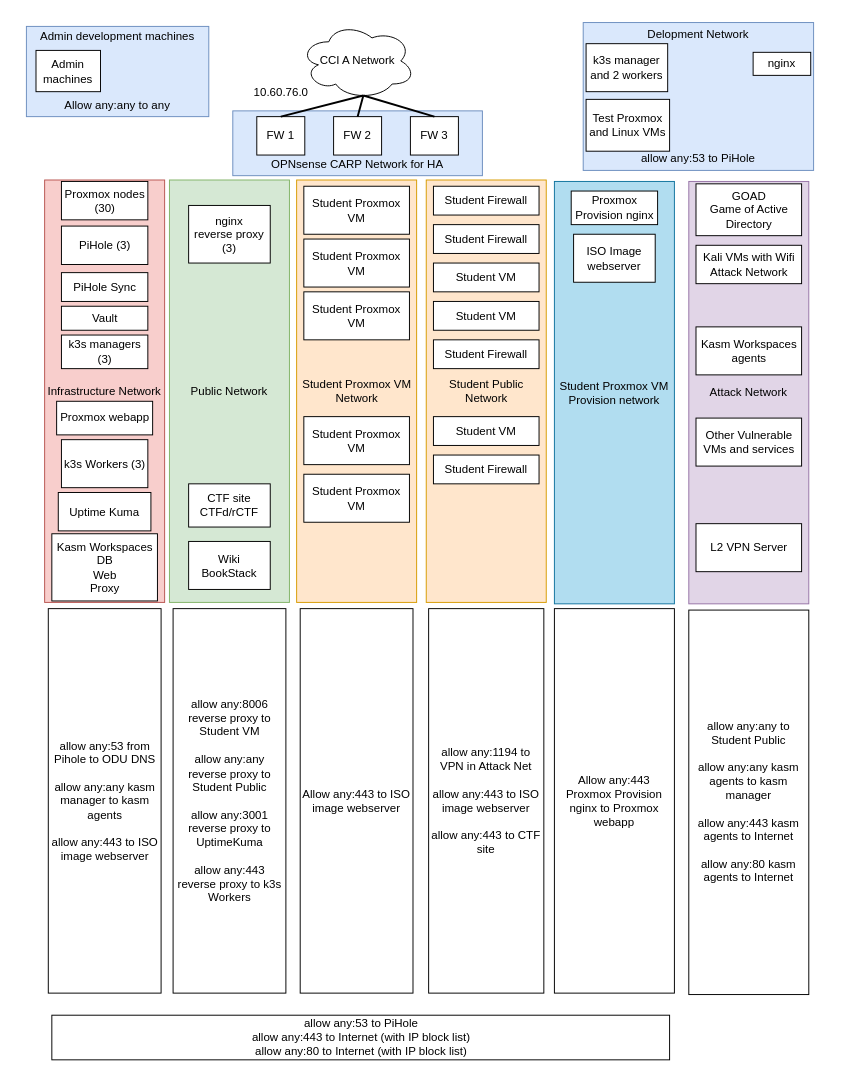
Daniel-Tomov/Cloud keeps this draw.io diagram as page "Logical Network Diagram" (2 of 4) of diagrams/diagram.drawio. Above is the earlier version. Source tidied: cells renumbered, new cells numbered last; positions are measured from the earlier drawing's top-left corner, leaving out a move shared by most shapes. Both pictures are drawn from the tidied source at 96%, with x=0, y=0 at pixel (26, 22).
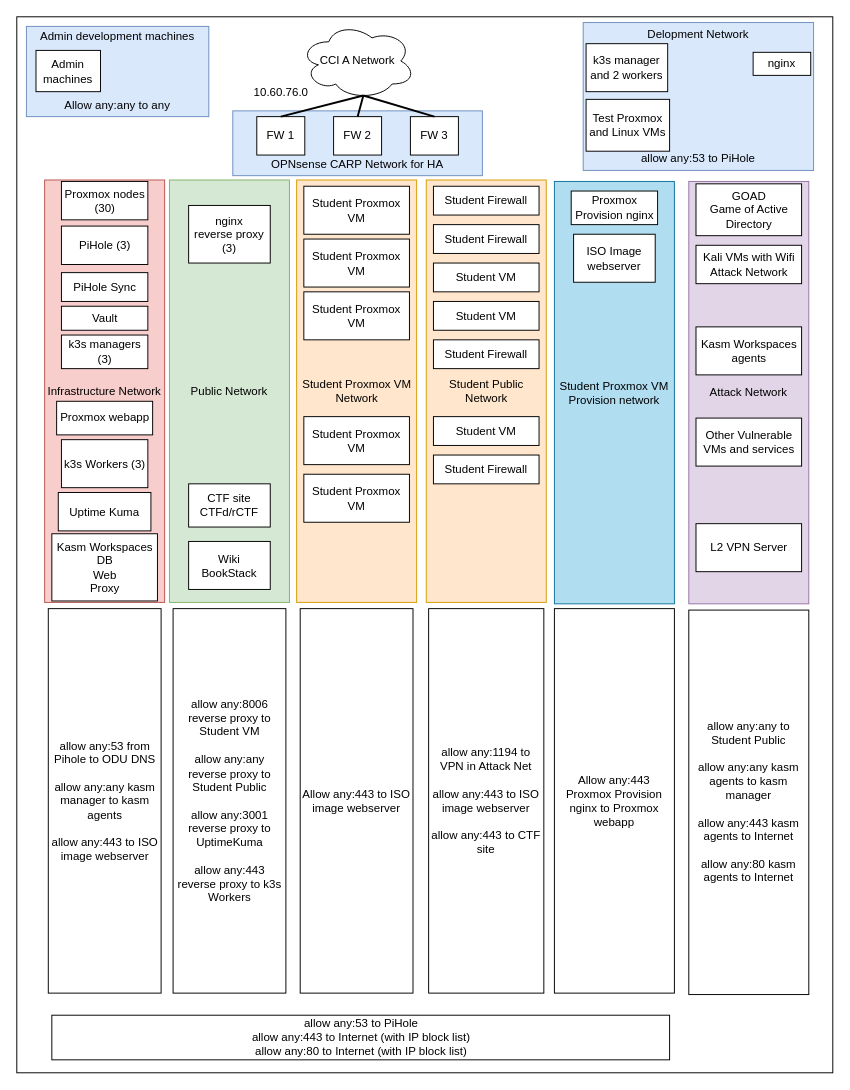
After the change.

The edit, as a diff of the source:
```diff
@@
+    <mxCell id="61" style="rounded=0;whiteSpace=wrap;html=1;fillColor=light-dark(#FFFFFF,#000000);" parent="1" vertex="1">
+      <mxGeometry x="-10" y="-6" width="850" height="1100" as="geometry" />
+    </mxCell>
```
